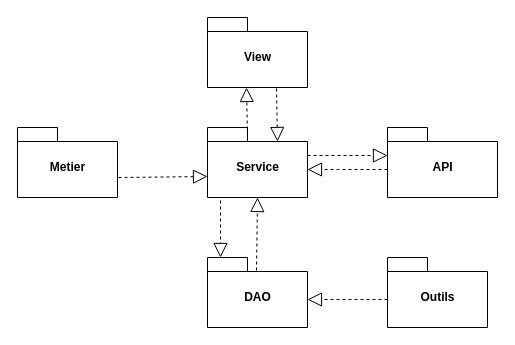
This is package.drawio from id1617/ProjetInfo2A, a draw.io file, before an edit. Source tidied: cells renumbered, new cells numbered last; positions are measured from the earlier drawing's top-left corner, leaving out a move shared by most shapes. Both pictures are drawn from the tidied source at 100%, with x=0, y=0 at pixel (17, 17).
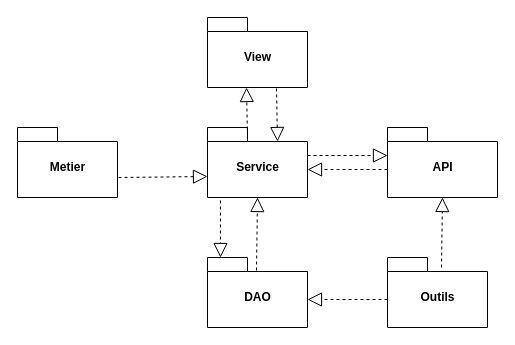
After the change.

The change refers to these unchanged cells:
```xml
<mxCell id="3" value="Outils" style="shape=folder;fontStyle=1;spacingTop=10;tabWidth=40;tabHeight=14;tabPosition=left;html=1;" parent="1" vertex="1">
  <mxGeometry x="370" y="240" width="100" height="70" as="geometry" />
</mxCell>
<mxCell id="12" value="API" style="shape=folder;fontStyle=1;spacingTop=10;tabWidth=40;tabHeight=14;tabPosition=left;html=1;" parent="1" vertex="1">
  <mxGeometry x="370" y="110" width="110" height="70" as="geometry" />
</mxCell>
```

Diff of the diagram source:
```diff
@@
+    <mxCell id="16" style="endArrow=block;dashed=1;endFill=0;endSize=12;html=1;exitX=0.54;exitY=0.143;exitDx=0;exitDy=0;exitPerimeter=0;entryX=0.5;entryY=1;entryDx=0;entryDy=0;entryPerimeter=0;" parent="1" edge="1" source="3" target="12">
+      <mxGeometry relative="1" as="geometry" />
+    </mxCell>
```
